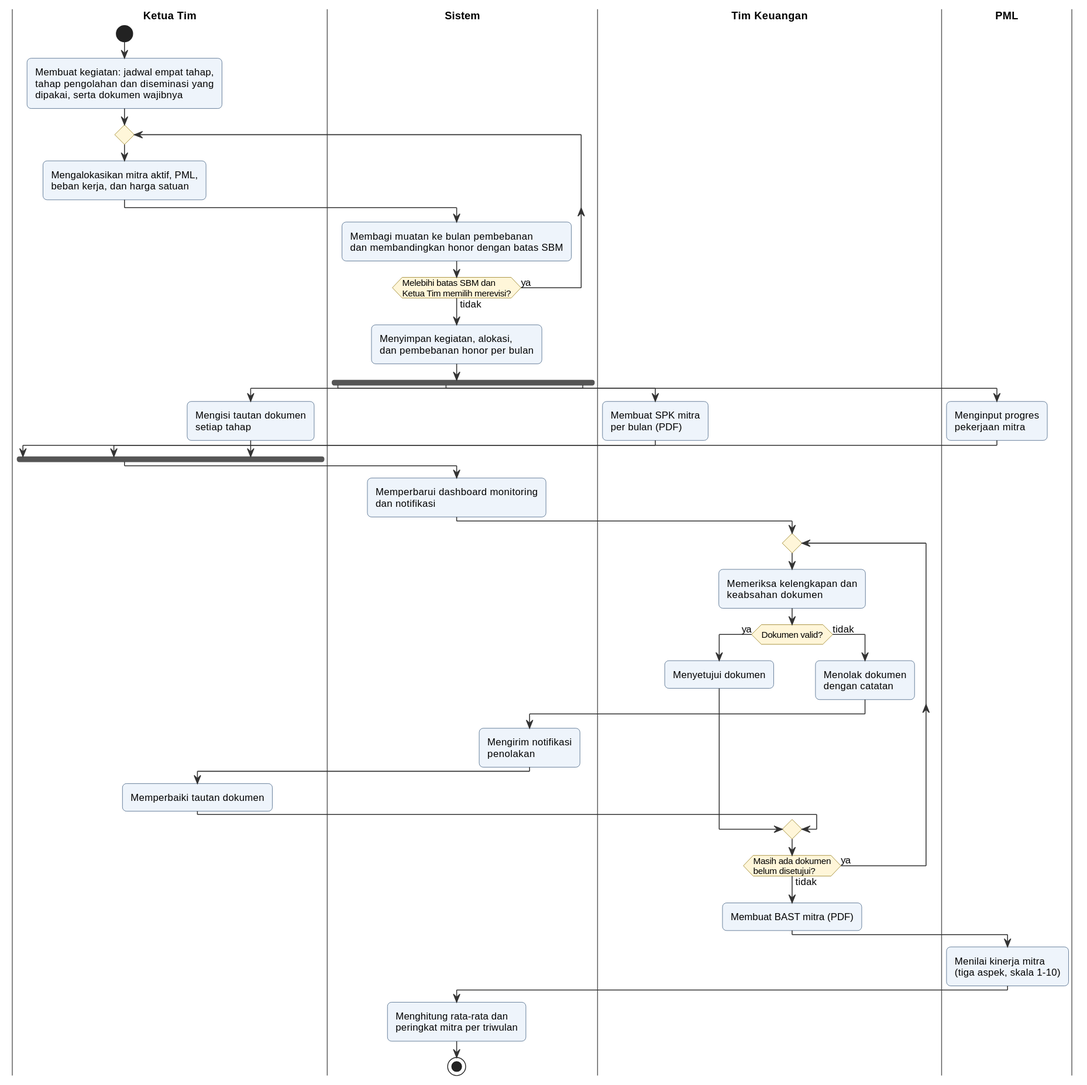
The PlantUML diagram docs/diagram/out/activity-proses-usulan.svg in kharis5870/Kharisma, before a commit.
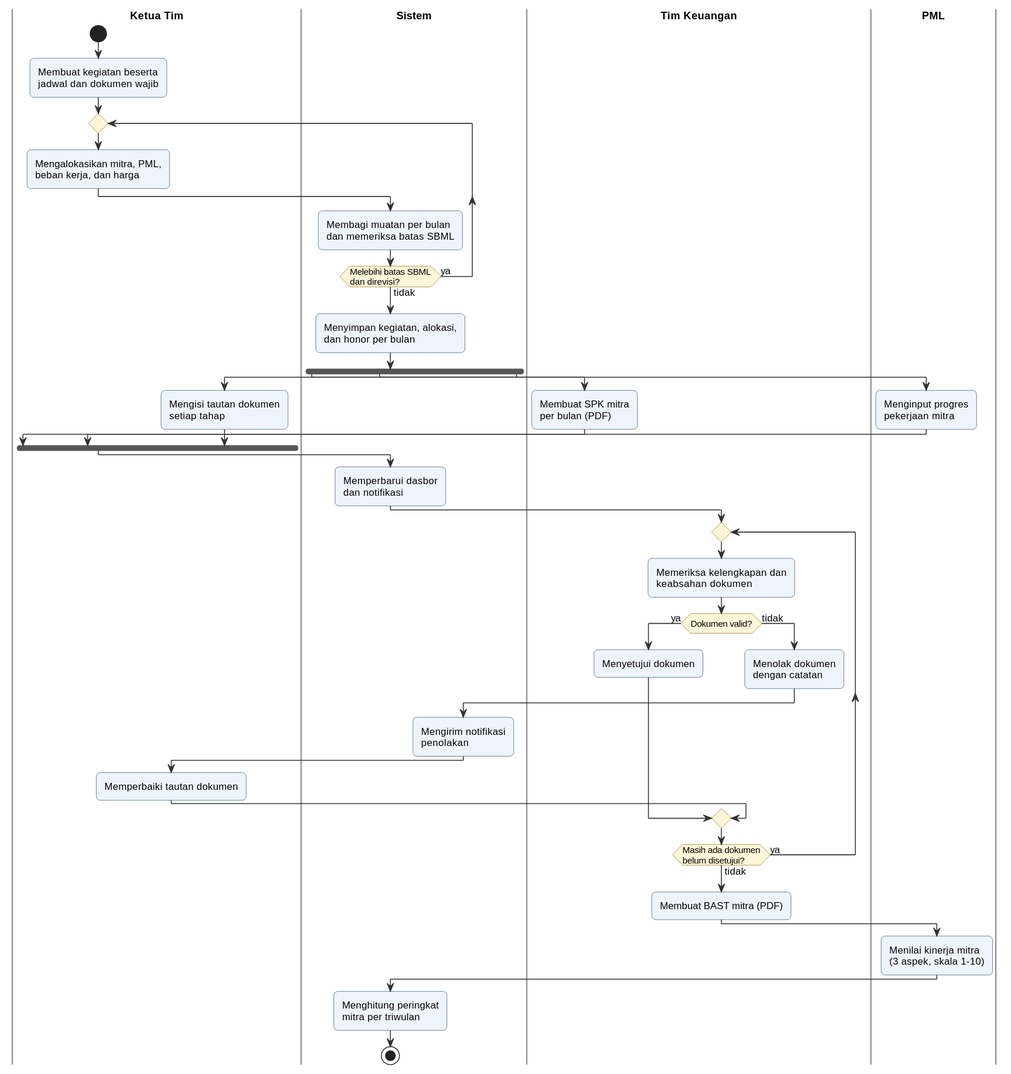
After the commit.

The edit, as a diff of the source:
```diff
@@ -3,22 +3,21 @@
 
 |Ketua Tim|
 start
-:Membuat kegiatan: jadwal empat tahap,
-tahap pengolahan dan diseminasi yang
-dipakai, serta dokumen wajibnya;
+:Membuat kegiatan beserta
+jadwal dan dokumen wajib;
 
 repeat
   |Ketua Tim|
-  :Mengalokasikan mitra aktif, PML,
-  beban kerja, dan harga satuan;
+  :Mengalokasikan mitra, PML,
+  beban kerja, dan harga;
   |Sistem|
-  :Membagi muatan ke bulan pembebanan
-  dan membandingkan honor dengan batas SBM;
-repeat while (Melebihi batas SBM dan\nKetua Tim memilih merevisi?) is (ya) not (tidak)
+  :Membagi muatan per bulan
+  dan memeriksa batas SBML;
+repeat while (Melebihi batas SBML\ndan direvisi?) is (ya) not (tidak)
 
 |Sistem|
 :Menyimpan kegiatan, alokasi,
-dan pembebanan honor per bulan;
+dan honor per bulan;
 
 fork
   |Tim Keuangan|
@@ -35,7 +34,7 @@
 end fork
 
 |Sistem|
-:Memperbarui dashboard monitoring
+:Memperbarui dasbor
 dan notifikasi;
 
 |Tim Keuangan|
@@ -60,10 +59,10 @@
 
 |PML|
 :Menilai kinerja mitra
-(tiga aspek, skala 1-10);
+(3 aspek, skala 1-10);
 
 |Sistem|
-:Menghitung rata-rata dan
-peringkat mitra per triwulan;
+:Menghitung peringkat
+mitra per triwulan;
 stop
 @enduml
```
